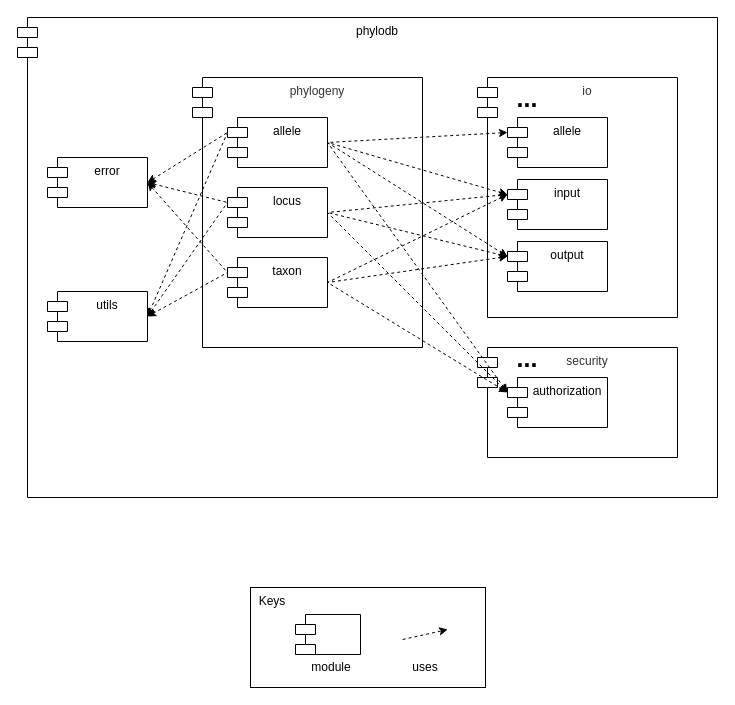
Above: wiki/draw.io/phylodb/uses-phylogeny.drawio in phyloviz/phyloDB (draw.io), before the change. Source tidied: cells renumbered, new cells numbered last; positions are measured from the earlier drawing's top-left corner, leaving out a move shared by most shapes. Both pictures are drawn from the tidied source at 100%, with x=0, y=0 at pixel (17, 17).
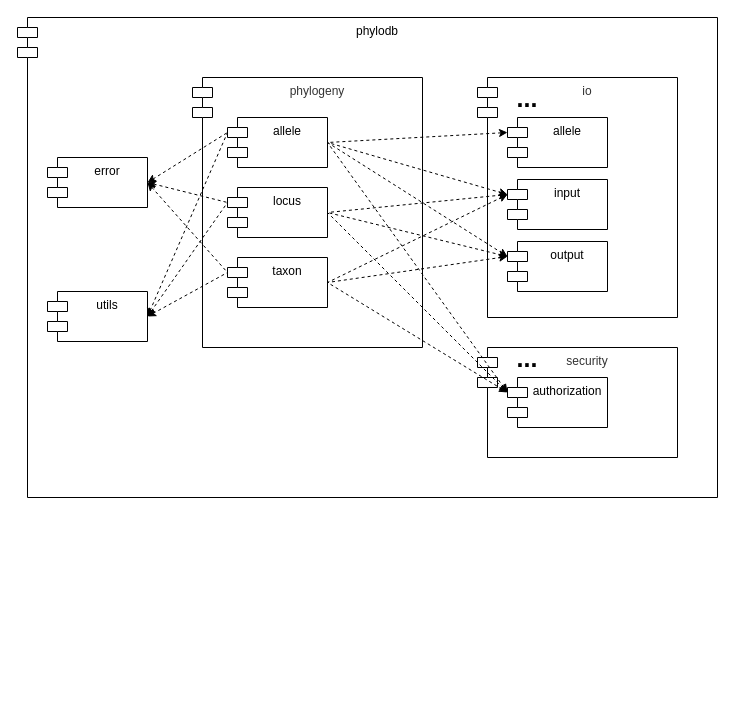
The same page after the edit.

The edit, as a diff of the source:
```diff
@@
-    <mxCell id="34" style="group;" parent="1" vertex="1">
-      <mxGeometry x="233" y="570" width="235" height="100" as="geometry" />
-    </mxCell>
-    <mxCell id="35" value="&amp;nbsp; Keys" style="rounded=0;whiteSpace=wrap;html=1;align=left;verticalAlign=top;" parent="34" vertex="1">
-      <mxGeometry width="235" height="100" as="geometry" />
-    </mxCell>
-    <mxCell id="36" style="endArrow=classic;html=1;exitX=1;exitY=0.5;exitDx=0;exitDy=0;startArrow=none;startFill=0;endFill=1;dashed=1;" parent="34" edge="1">
-      <mxGeometry relative="1" as="geometry">
-        <mxPoint x="152.2" y="52" as="sourcePoint" />
-        <mxPoint x="197.2" y="42" as="targetPoint" />
-      </mxGeometry>
-    </mxCell>
-    <mxCell id="37" value="uses" style="text;html=1;strokeColor=none;fillColor=none;align=center;verticalAlign=middle;whiteSpace=wrap;rounded=0;" parent="34" vertex="1">
-      <mxGeometry x="145" y="70" width="59.5" height="20" as="geometry" />
-    </mxCell>
-    <mxCell id="38" style="shape=module;align=left;spacingLeft=20;align=center;verticalAlign=top;" parent="34" vertex="1">
-      <mxGeometry x="45" y="27" width="65" height="40" as="geometry" />
-    </mxCell>
-    <mxCell id="39" value="module" style="text;html=1;strokeColor=none;fillColor=none;align=center;verticalAlign=middle;whiteSpace=wrap;rounded=0;" parent="34" vertex="1">
-      <mxGeometry x="50.5" y="70" width="59.5" height="20" as="geometry" />
-    </mxCell>
```
